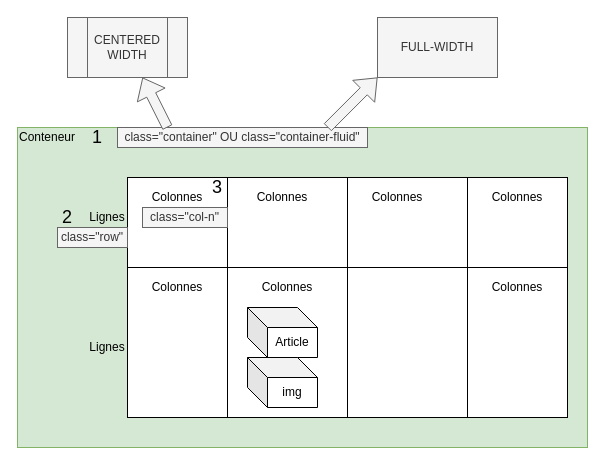
Above: page "Théorie de la grille bootstrap" (1 of 2) of DiagrammeBootstrap.drawio in ThomasBDC/ProjetBootstrapStudi2022 (draw.io), before the change. Source tidied: cells renumbered, new cells numbered last; positions are measured from the earlier drawing's top-left corner, leaving out a move shared by most shapes. Both pictures are drawn from the tidied source at 100%, with x=0, y=0 at pixel (17, 17).
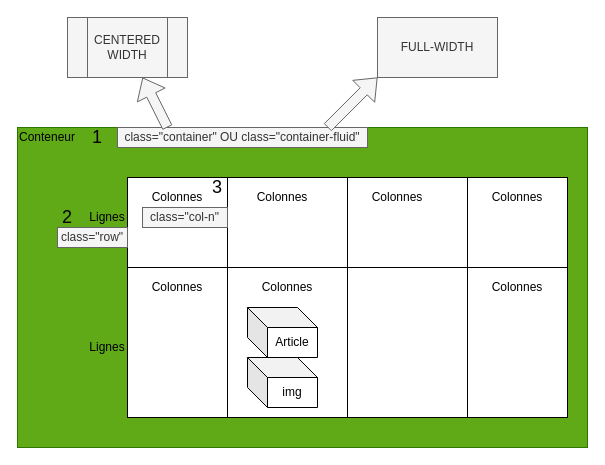
The same diagram, later.

Change to the diagram source:
```diff
@@
-    <mxCell id="2" style="rounded=0;whiteSpace=wrap;html=1;fillColor=#d5e8d4;strokeColor=#82b366;" parent="1" vertex="1">
+    <mxCell id="2" style="rounded=0;whiteSpace=wrap;html=1;fillColor=#60a917;strokeColor=#2D7600;fontColor=#ffffff;" parent="1" vertex="1">
       <mxGeometry y="110" width="570" height="320" as="geometry" />
     </mxCell>
```
